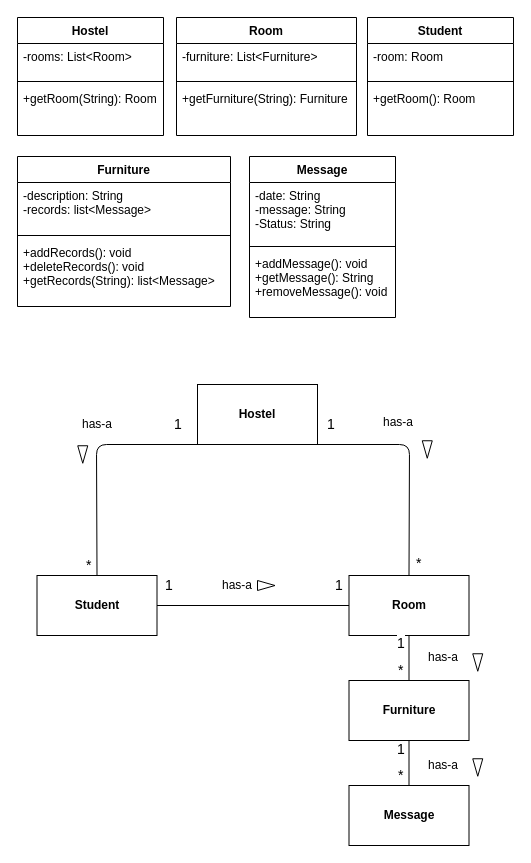
This is page "Page-1" (1 of 3) of midterm Diagram.drawio from chrroger/0324, a draw.io file, before an edit. Source tidied: cells renumbered, new cells numbered last; positions are measured from the earlier drawing's top-left corner, leaving out a move shared by most shapes. Both pictures are drawn from the tidied source at 100%, with x=0, y=0 at pixel (17, 17).
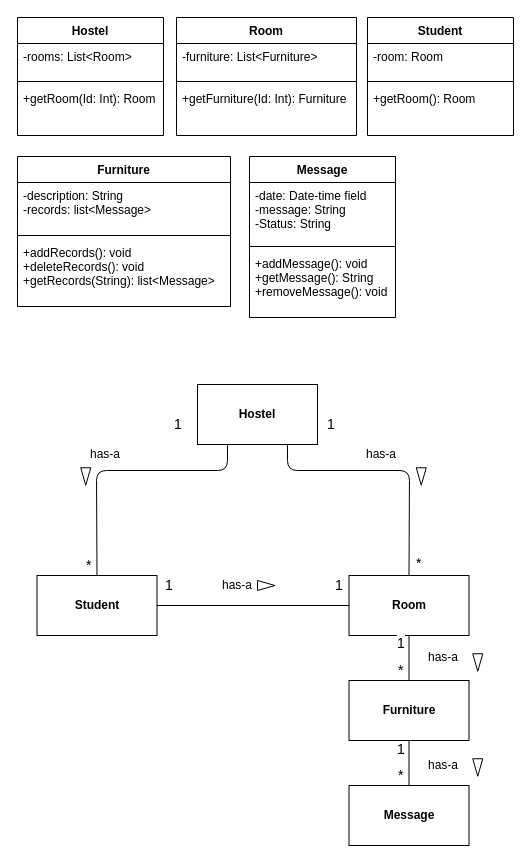
After the change.

The change refers to these unchanged cells:
```xml
<mxCell id="2" value="Hostel" style="swimlane;fontStyle=1;align=center;verticalAlign=top;horizontal=1;startSize=26;" parent="1" vertex="1">
  <mxGeometry width="146" height="118" as="geometry" />
</mxCell>
<mxCell id="10" value="Room" style="swimlane;fontStyle=1;align=center;verticalAlign=top;horizontal=1;startSize=26;" parent="1" vertex="1">
  <mxGeometry x="159" width="180" height="118" as="geometry" />
</mxCell>
<mxCell id="18" value="Message" style="swimlane;fontStyle=1;align=center;verticalAlign=top;horizontal=1;startSize=26;" parent="1" vertex="1">
  <mxGeometry x="232" y="139" width="146" height="161" as="geometry" />
</mxCell>
<mxCell id="22" value="&lt;b&gt;Hostel&lt;/b&gt;" style="rounded=0;whiteSpace=wrap;html=1;" parent="1" vertex="1">
  <mxGeometry x="180" y="367" width="120" height="60" as="geometry" />
</mxCell>
<mxCell id="23" value="&lt;b&gt;Room&lt;/b&gt;" style="rounded=0;whiteSpace=wrap;html=1;" parent="1" vertex="1">
  <mxGeometry x="331.5" y="558" width="120" height="60" as="geometry" />
</mxCell>
<mxCell id="24" value="&lt;b&gt;Student&lt;/b&gt;" style="rounded=0;whiteSpace=wrap;html=1;" parent="1" vertex="1">
  <mxGeometry x="19.5" y="558" width="120" height="60" as="geometry" />
</mxCell>
```

The edit, as a diff of the source:
```diff
@@
-    <mxCell id="5" value="+getRoom(String): Room" style="text;strokeColor=none;fillColor=none;align=left;verticalAlign=top;spacingLeft=4;spacingRight=4;overflow=hidden;" parent="2" vertex="1">
+    <mxCell id="5" value="+getRoom(Id: Int): Room" style="text;strokeColor=none;fillColor=none;align=left;verticalAlign=top;spacingLeft=4;spacingRight=4;overflow=hidden;" parent="2" vertex="1">
       <mxGeometry y="68" width="146" height="50" as="geometry" />
     </mxCell>
@@
-    <mxCell id="13" value="+getFurniture(String): Furniture" style="text;strokeColor=none;fillColor=none;align=left;verticalAlign=top;spacingLeft=4;spacingRight=4;overflow=hidden;" parent="10" vertex="1">
+    <mxCell id="13" value="+getFurniture(Id: Int): Furniture" style="text;strokeColor=none;fillColor=none;align=left;verticalAlign=top;spacingLeft=4;spacingRight=4;overflow=hidden;" parent="10" vertex="1">
       <mxGeometry y="68" width="180" height="50" as="geometry" />
     </mxCell>
@@
-    <mxCell id="19" value="-date: String&#10;-message: String&#10;-Status: String" style="text;strokeColor=none;fillColor=none;align=left;verticalAlign=top;spacingLeft=4;spacingRight=4;overflow=hidden;" parent="18" vertex="1">
+    <mxCell id="19" value="-date: Date-time field&#10;-message: String&#10;-Status: String" style="text;strokeColor=none;fillColor=none;align=left;verticalAlign=top;spacingLeft=4;spacingRight=4;overflow=hidden;" parent="18" vertex="1">
       <mxGeometry y="26" width="146" height="60" as="geometry" />
     </mxCell>
@@
-    <mxCell id="25" style="endArrow=none;html=1;exitX=0.5;exitY=0;exitDx=0;exitDy=0;entryX=0;entryY=1;entryDx=0;entryDy=0;" parent="1" edge="1" source="24" target="22">
+    <mxCell id="25" style="endArrow=none;html=1;exitX=0.5;exitY=0;exitDx=0;exitDy=0;entryX=0.25;entryY=1;entryDx=0;entryDy=0;" parent="1" edge="1" source="24" target="22">
       <mxGeometry relative="1" as="geometry">
         <Array as="points">
-          <mxPoint x="79" y="427" />
+          <mxPoint x="79" y="453" />
+          <mxPoint x="210" y="453" />
         </Array>
       </mxGeometry>
     </mxCell>
@@
-    <mxCell id="27" style="endArrow=none;html=1;entryX=1;entryY=1;entryDx=0;entryDy=0;exitX=0.5;exitY=0;exitDx=0;exitDy=0;" parent="1" edge="1" source="23" target="22">
+    <mxCell id="27" style="endArrow=none;html=1;entryX=0.75;entryY=1;entryDx=0;entryDy=0;exitX=0.5;exitY=0;exitDx=0;exitDy=0;" parent="1" edge="1" source="23" target="22">
       <mxGeometry relative="1" as="geometry">
         <Array as="points">
-          <mxPoint x="392" y="427" />
+          <mxPoint x="392" y="453" />
+          <mxPoint x="270" y="453" />
         </Array>
       </mxGeometry>
     </mxCell>
@@
     <mxCell id="35" value="has-a" style="text;html=1;strokeColor=none;fillColor=none;align=center;verticalAlign=middle;whiteSpace=wrap;rounded=0;" parent="1" vertex="1">
-      <mxGeometry x="59.5" y="397" width="40" height="20" as="geometry" />
+      <mxGeometry x="68" y="427" width="40" height="20" as="geometry" />
     </mxCell>
     <mxCell id="36" style="triangle;whiteSpace=wrap;html=1;rotation=90;" parent="1" vertex="1">
-      <mxGeometry x="56.5" y="432" width="17.5" height="10" as="geometry" />
+      <mxGeometry x="59.5" y="454" width="17.5" height="10" as="geometry" />
     </mxCell>
     <mxCell id="37" value="has-a" style="text;html=1;strokeColor=none;fillColor=none;align=center;verticalAlign=middle;whiteSpace=wrap;rounded=0;" parent="1" vertex="1">
-      <mxGeometry x="361" y="395" width="40" height="20" as="geometry" />
+      <mxGeometry x="344" y="427" width="40" height="20" as="geometry" />
     </mxCell>
     <mxCell id="38" style="triangle;whiteSpace=wrap;html=1;rotation=90;" parent="1" vertex="1">
-      <mxGeometry x="401" y="427" width="17.5" height="10" as="geometry" />
+      <mxGeometry x="395" y="454" width="17.5" height="10" as="geometry" />
     </mxCell>
```
